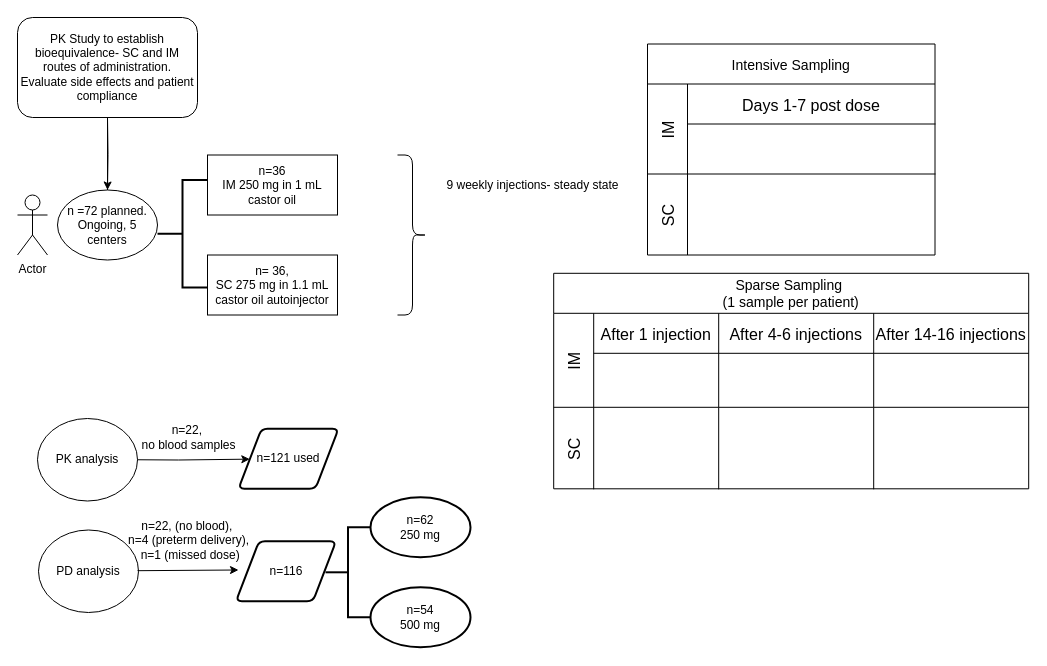
Above: page "AMAG" (7 of 7) of 17OHPC_StudyDesign.drawio in PVDodeja/17OHPC (draw.io), before the change. Source tidied: cells renumbered, new cells numbered last; positions are measured from the earlier drawing's top-left corner, leaving out a move shared by most shapes. Both pictures are drawn from the tidied source at 100%, with x=0, y=0 at pixel (17, 17).
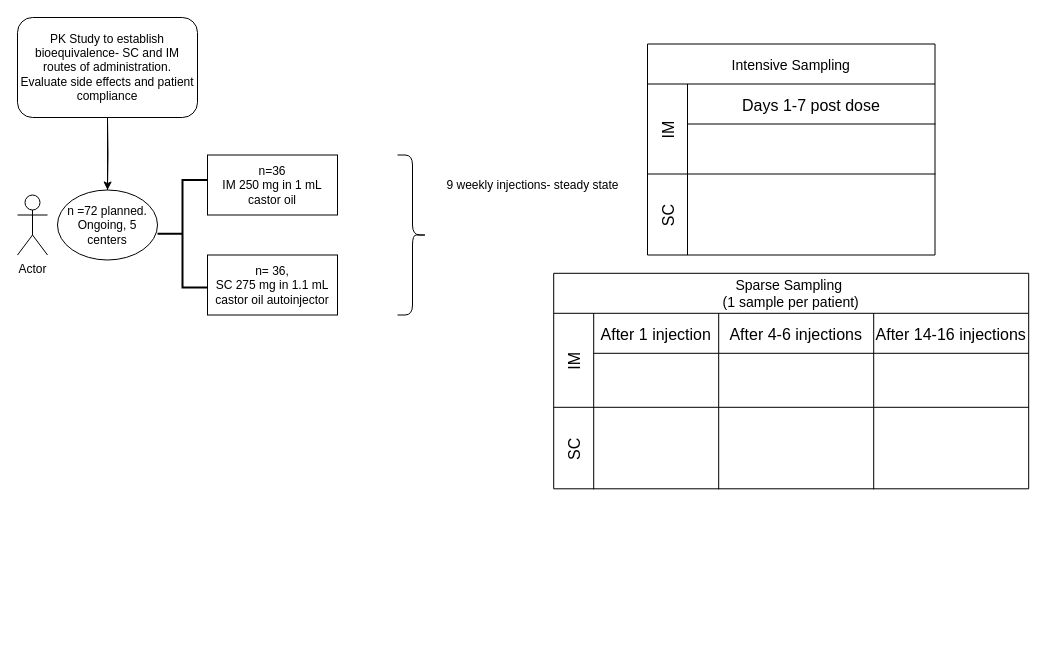
The same diagram, later.

Change to the diagram source:
```diff
@@
-    <mxCell id="19" value="PK analysis" style="ellipse;whiteSpace=wrap;html=1;" parent="1" vertex="1">
-      <mxGeometry x="20" y="401" width="100" height="82.5" as="geometry" />
-    </mxCell>
-    <mxCell id="20" value="PD analysis" style="ellipse;whiteSpace=wrap;html=1;" parent="1" vertex="1">
-      <mxGeometry x="21" y="512.5" width="100" height="82.5" as="geometry" />
-    </mxCell>
-    <mxCell id="21" style="endArrow=classic;html=1;rounded=0;exitX=1;exitY=0.5;exitDx=0;exitDy=0;" parent="1" edge="1" source="19" target="23">
-      <mxGeometry relative="1" as="geometry">
-        <Array as="points">
-          <mxPoint x="161" y="442.5" />
-        </Array>
-      </mxGeometry>
-    </mxCell>
-    <mxCell id="22" value="&lt;div&gt;n=22,&amp;nbsp;&lt;/div&gt;&lt;div&gt;no blood samples&lt;/div&gt;" style="text;html=1;align=center;verticalAlign=middle;strokeColor=none;fillColor=none;" parent="1" vertex="1">
-      <mxGeometry x="111" y="400" width="120" height="40" as="geometry" />
-    </mxCell>
-    <mxCell id="23" value="n=121 used" style="shape=parallelogram;html=1;strokeWidth=2;perimeter=parallelogramPerimeter;whiteSpace=wrap;rounded=1;arcSize=12;size=0.23;" parent="1" vertex="1">
-      <mxGeometry x="221" y="411.2" width="100" height="60" as="geometry" />
-    </mxCell>
-    <mxCell id="24" style="endArrow=classic;html=1;rounded=0;exitX=1;exitY=0.5;exitDx=0;exitDy=0;" parent="1" edge="1">
-      <mxGeometry relative="1" as="geometry">
-        <mxPoint x="120" y="553.2" as="sourcePoint" />
-        <mxPoint x="221" y="552.5" as="targetPoint" />
-      </mxGeometry>
-    </mxCell>
-    <mxCell id="25" value="&lt;div&gt;n=22, (no blood),&amp;nbsp;&lt;/div&gt;&lt;div&gt;n=4 (preterm delivery),&lt;/div&gt;&lt;div&gt;&amp;nbsp;n=1 (missed dose)&lt;br&gt;&lt;/div&gt;" style="text;html=1;align=center;verticalAlign=middle;strokeColor=none;fillColor=none;" parent="1" vertex="1">
-      <mxGeometry x="101" y="492.5" width="140" height="60" as="geometry" />
-    </mxCell>
-    <mxCell id="26" value="n=116" style="shape=parallelogram;html=1;strokeWidth=2;perimeter=parallelogramPerimeter;whiteSpace=wrap;rounded=1;arcSize=12;size=0.23;" parent="1" vertex="1">
-      <mxGeometry x="218.5" y="523.8" width="100" height="60" as="geometry" />
-    </mxCell>
-    <mxCell id="27" style="strokeWidth=2;html=1;shape=mxgraph.flowchart.annotation_2;align=left;labelPosition=right;" parent="1" vertex="1">
-      <mxGeometry x="308" y="509.8" width="45" height="90" as="geometry" />
-    </mxCell>
-    <mxCell id="28" value="&lt;div&gt;n=62&lt;/div&gt;&lt;div&gt;250 mg &lt;br&gt;&lt;/div&gt;" style="strokeWidth=2;html=1;shape=mxgraph.flowchart.start_1;whiteSpace=wrap;" parent="1" vertex="1">
-      <mxGeometry x="353" y="479.8" width="100" height="60" as="geometry" />
-    </mxCell>
-    <mxCell id="29" value="&lt;div&gt;n=54&lt;/div&gt;&lt;div&gt;500 mg &lt;br&gt;&lt;/div&gt;" style="strokeWidth=2;html=1;shape=mxgraph.flowchart.start_1;whiteSpace=wrap;" parent="1" vertex="1">
-      <mxGeometry x="353" y="569.8" width="100" height="60" as="geometry" />
-    </mxCell>
```
